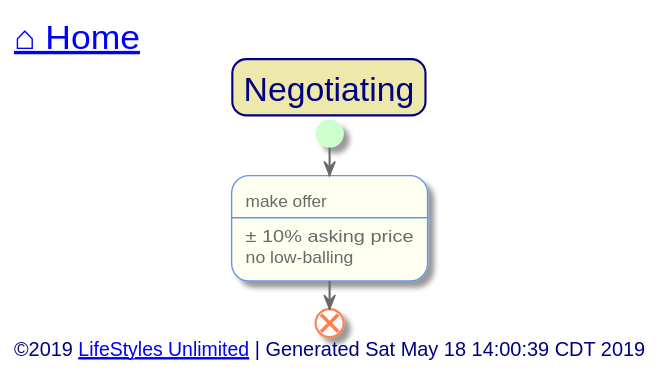
This is out/src/multi-family/negotiating.svg from toddmo/lifestylesunlimited, a PlantUML export, as it was before one commit.
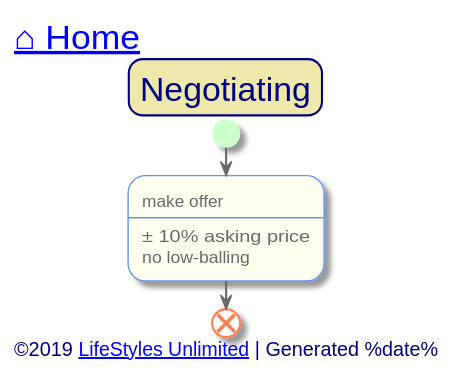
Above is the later version.

Change to the diagram source:
```diff
@@ -90,7 +90,7 @@
 
 
 left footer
-	<font size=14>©2019 [[http://www.lifestylesunlimited.com LifeStyles Unlimited]] | Generated Sat May 18 14:00:39 CDT 2019</font>
+	<font size=14>©2019 [[http://www.lifestylesunlimited.com LifeStyles Unlimited]] | Generated %date%</font>
 endfooter
 
 
```
